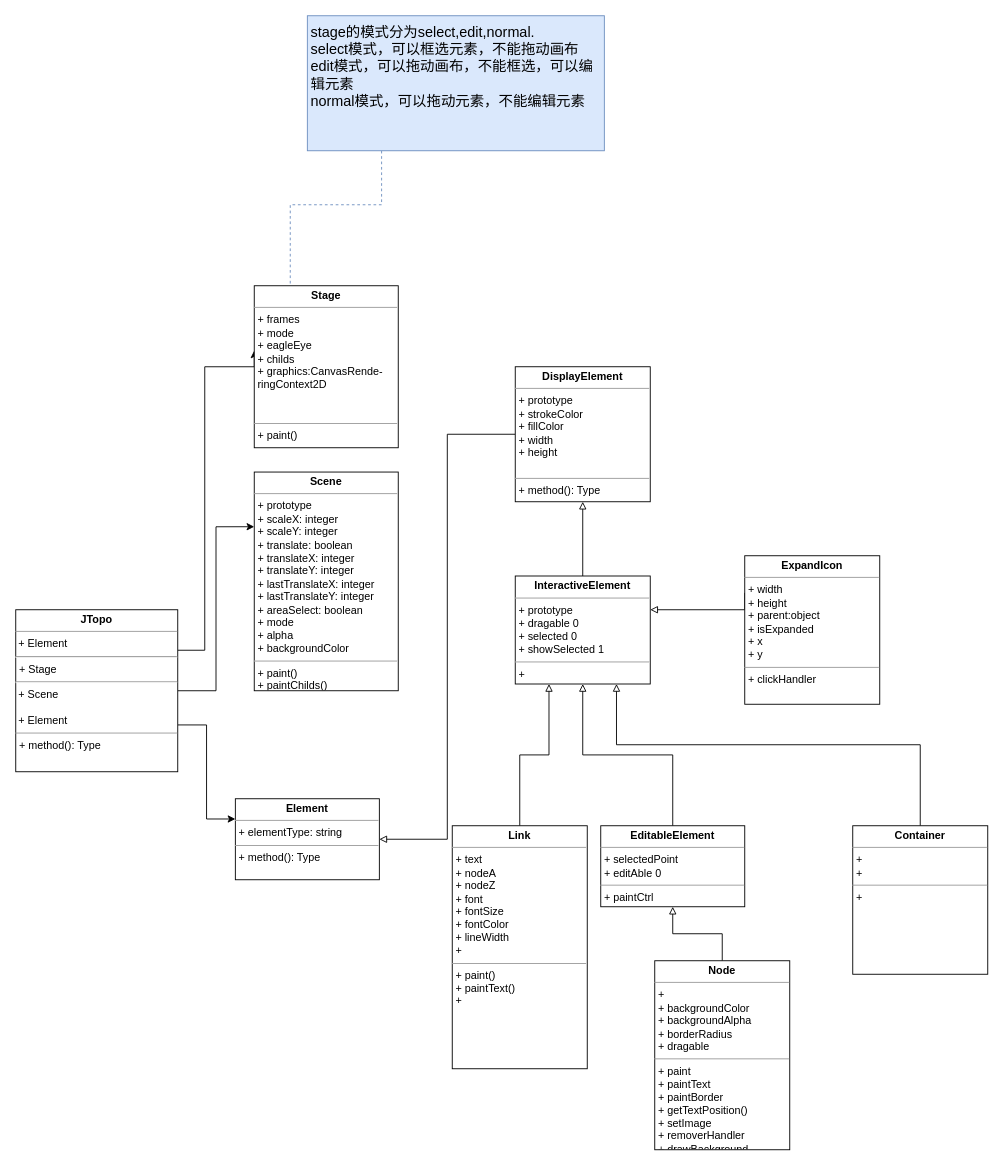
waterwatermelon/graph keeps this draw.io diagram as Jtopo.drawio. Above is the earlier version. Source tidied: cells renumbered, new cells numbered last; positions are measured from the earlier drawing's top-left corner, leaving out a move shared by most shapes. Both pictures are drawn from the tidied source at 90%, with x=0, y=0 at pixel (15, 15).
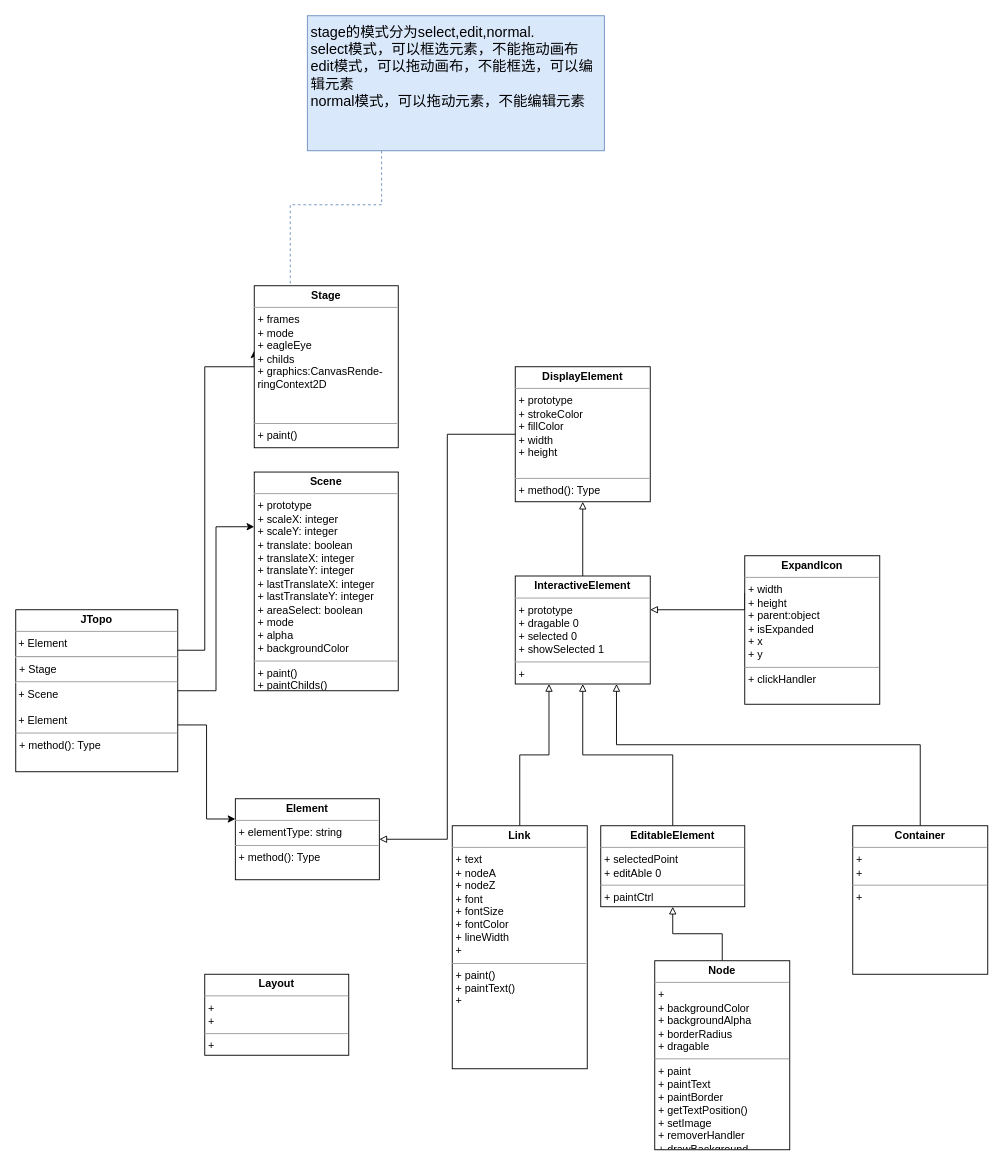
The same page after the edit.

What changed in the source:
```diff
@@
+    <mxCell id="25" value="&lt;p style=&quot;margin: 0px ; margin-top: 4px ; text-align: center&quot;&gt;&lt;b&gt;Layout&lt;/b&gt;&lt;/p&gt;&lt;hr size=&quot;1&quot;&gt;&lt;p style=&quot;margin: 0px ; margin-left: 4px&quot;&gt;+&amp;nbsp;&lt;/p&gt;&lt;p style=&quot;margin: 0px ; margin-left: 4px&quot;&gt;+&amp;nbsp;&lt;/p&gt;&lt;hr size=&quot;1&quot;&gt;&lt;p style=&quot;margin: 0px ; margin-left: 4px&quot;&gt;+&amp;nbsp;&lt;/p&gt;" style="verticalAlign=top;align=left;overflow=fill;fontSize=12;fontFamily=Helvetica;html=1;" parent="1" vertex="1">
+      <mxGeometry x="210" y="1065" width="160" height="90" as="geometry" />
+    </mxCell>
```
